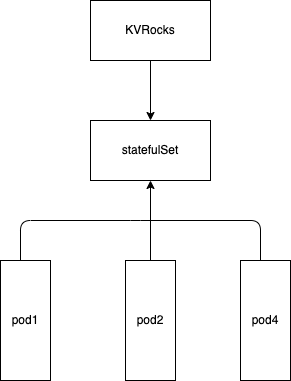
RocksLabs/kvrocks-operator keeps this draw.io diagram as docs/images/sentinel.png. Above is the earlier version. Source tidied: cells renumbered, new cells last; positions are measured from the earlier drawing's top-left corner, leaving out a move shared by most shapes. Source of this version:
```xml
<mxGraphModel>
  <root>
    <mxCell id="0" />
    <mxCell id="1" parent="0" />
    <mxCell id="2" value="KVRocks" style="rounded=0;whiteSpace=wrap;html=1;" parent="1" vertex="1">
      <mxGeometry x="90" width="120" height="60" as="geometry" />
    </mxCell>
    <mxCell id="3" style="endArrow=classic;html=1;rounded=0;exitX=0.5;exitY=1;exitDx=0;exitDy=0;" parent="1" edge="1" source="2" target="4">
      <mxGeometry relative="1" as="geometry" />
    </mxCell>
    <mxCell id="4" value="statefulSet" style="rounded=0;whiteSpace=wrap;html=1;" parent="1" vertex="1">
      <mxGeometry x="90" y="120" width="120" height="60" as="geometry" />
    </mxCell>
    <mxCell id="5" value="pod1" style="rounded=0;whiteSpace=wrap;html=1;" parent="1" vertex="1">
      <mxGeometry y="260" width="50" height="120" as="geometry" />
    </mxCell>
    <mxCell id="6" style="edgeStyle=orthogonalEdgeStyle;rounded=0;jettySize=auto;html=1;" parent="1" edge="1" source="7" target="4">
      <mxGeometry relative="1" as="geometry" />
    </mxCell>
    <mxCell id="7" value="pod2" style="rounded=0;whiteSpace=wrap;html=1;" parent="1" vertex="1">
      <mxGeometry x="125" y="260" width="50" height="120" as="geometry" />
    </mxCell>
    <mxCell id="8" value="pod4" style="rounded=0;whiteSpace=wrap;html=1;" parent="1" vertex="1">
      <mxGeometry x="240" y="260" width="50" height="120" as="geometry" />
    </mxCell>
    <mxCell id="9" style="shape=curlyBracket;whiteSpace=wrap;html=1;rounded=1;direction=south;size=0;" parent="1" vertex="1">
      <mxGeometry x="20" y="220" width="240" height="40" as="geometry" />
    </mxCell>
  </root>
</mxGraphModel>
```
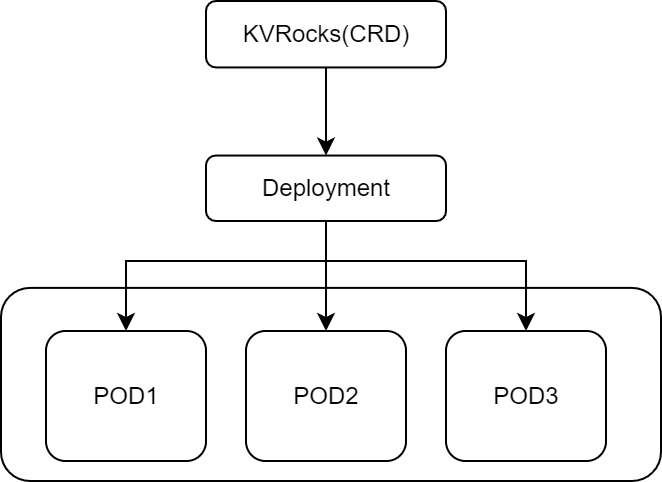
Above is the later version.

What changed in the source:
```diff
@@ -1,30 +1,46 @@
-<mxGraphModel>
+<mxGraphModel math="1">
   <root>
     <mxCell id="0" />
     <mxCell id="1" parent="0" />
-    <mxCell id="2" value="KVRocks" style="rounded=0;whiteSpace=wrap;html=1;" parent="1" vertex="1">
-      <mxGeometry x="90" width="120" height="60" as="geometry" />
-    </mxCell>
-    <mxCell id="3" style="endArrow=classic;html=1;rounded=0;exitX=0.5;exitY=1;exitDx=0;exitDy=0;" parent="1" edge="1" source="2" target="4">
-      <mxGeometry relative="1" as="geometry" />
-    </mxCell>
-    <mxCell id="4" value="statefulSet" style="rounded=0;whiteSpace=wrap;html=1;" parent="1" vertex="1">
-      <mxGeometry x="90" y="120" width="120" height="60" as="geometry" />
-    </mxCell>
-    <mxCell id="5" value="pod1" style="rounded=0;whiteSpace=wrap;html=1;" parent="1" vertex="1">
-      <mxGeometry y="260" width="50" height="120" as="geometry" />
-    </mxCell>
-    <mxCell id="6" style="edgeStyle=orthogonalEdgeStyle;rounded=0;jettySize=auto;html=1;" parent="1" edge="1" source="7" target="4">
-      <mxGeometry relative="1" as="geometry" />
-    </mxCell>
-    <mxCell id="7" value="pod2" style="rounded=0;whiteSpace=wrap;html=1;" parent="1" vertex="1">
-      <mxGeometry x="125" y="260" width="50" height="120" as="geometry" />
-    </mxCell>
-    <mxCell id="8" value="pod4" style="rounded=0;whiteSpace=wrap;html=1;" parent="1" vertex="1">
-      <mxGeometry x="240" y="260" width="50" height="120" as="geometry" />
-    </mxCell>
-    <mxCell id="9" style="shape=curlyBracket;whiteSpace=wrap;html=1;rounded=1;direction=south;size=0;" parent="1" vertex="1">
-      <mxGeometry x="20" y="220" width="240" height="40" as="geometry" />
-    </mxCell>
+    <mxCell id="10" style="rounded=1;whiteSpace=wrap;html=1;" parent="1" vertex="1">
+      <mxGeometry x="-1230" y="673.5" width="330" height="96.5" as="geometry" />
+    </mxCell>
+    <mxCell id="11" style="edgeStyle=orthogonalEdgeStyle;rounded=0;jettySize=auto;html=1;" parent="1" edge="1" source="12" target="16">
+      <mxGeometry relative="1" as="geometry" />
+    </mxCell>
+    <mxCell id="12" value="KVRocks(CRD)" style="rounded=1;whiteSpace=wrap;html=1;" parent="1" vertex="1">
+      <mxGeometry x="-1127.5" y="530" width="120" height="33.2" as="geometry" />
+    </mxCell>
+    <mxCell id="13" style="edgeStyle=orthogonalEdgeStyle;rounded=0;jettySize=auto;html=1;" parent="1" edge="1" source="16" target="17">
+      <mxGeometry relative="1" as="geometry">
+        <Array as="points">
+          <mxPoint x="-1067.5" y="660" />
+          <mxPoint x="-1167.5" y="660" />
+        </Array>
+      </mxGeometry>
+    </mxCell>
+    <mxCell id="14" style="edgeStyle=orthogonalEdgeStyle;rounded=0;jettySize=auto;html=1;" parent="1" edge="1" source="16" target="18">
+      <mxGeometry relative="1" as="geometry" />
+    </mxCell>
+    <mxCell id="15" style="edgeStyle=orthogonalEdgeStyle;rounded=0;jettySize=auto;html=1;" parent="1" edge="1" source="16" target="19">
+      <mxGeometry relative="1" as="geometry">
+        <Array as="points">
+          <mxPoint x="-1067.5" y="660" />
+          <mxPoint x="-967.5" y="660" />
+        </Array>
+      </mxGeometry>
+    </mxCell>
+    <mxCell id="16" value="Deployment" style="whiteSpace=wrap;html=1;rounded=1;" parent="1" vertex="1">
+      <mxGeometry x="-1127.5" y="607.3" width="120" height="32.7" as="geometry" />
+    </mxCell>
+    <mxCell id="17" value="POD1" style="whiteSpace=wrap;html=1;rounded=1;" parent="1" vertex="1">
+      <mxGeometry x="-1207.5" y="695" width="80" height="65" as="geometry" />
+    </mxCell>
+    <mxCell id="18" value="POD2" style="whiteSpace=wrap;html=1;rounded=1;" parent="1" vertex="1">
+      <mxGeometry x="-1107.5" y="695" width="80" height="65" as="geometry" />
+    </mxCell>
+    <mxCell id="19" value="POD3" style="whiteSpace=wrap;html=1;rounded=1;" parent="1" vertex="1">
+      <mxGeometry x="-1007.5" y="695" width="80" height="65" as="geometry" />
+    </mxCell>
   </root>
 </mxGraphModel>
```
